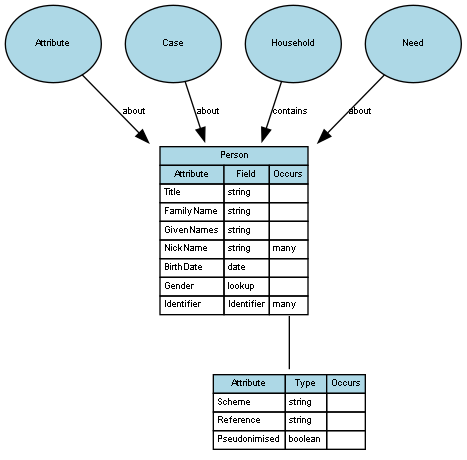
This is graph_output/entity/Person.gv.png from PaulDav/ModelVisual, a Graphviz export, as it was before one commit. Its source is kept beside it as graph_output/entity/Person.gv.
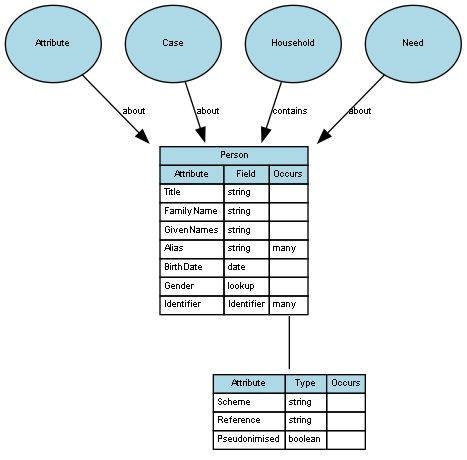
After the commit.

What changed in the source:
```diff
@@ -2,9 +2,9 @@
 	graph [overlap=false splines=true]
 	node [black=black color=black fillcolor=lightblue fontname=Arial fontsize=7]
 	edge [fontname=Arial fontsize=7 labelfontname=Arial labelfontsize=7 len=3.0]
-	table_port30 [label=<<table border='0' cellborder='1' cellspacing='0'><tr><td bgcolor='lightblue'>Attribute</td><td bgcolor='lightblue'>Type</td><td bgcolor='lightblue'>Occurs</td></tr><tr><td align='left' balign='left' valign='top'>Scheme</td><td align='left' balign='left' valign='top'>string</td><td align='left' balign='left' valign='top'></td></tr><tr><td align='left' balign='left' valign='top'>Reference</td><td align='left' balign='left' valign='top'>string</td><td align='left' balign='left' valign='top'></td></tr><tr><td align='left' balign='left' valign='top'>Pseudonimised</td><td align='left' balign='left' valign='top'>boolean</td><td align='left' balign='left' valign='top'></td></tr></table>> shape=plaintext]
-	Person:30 -> table_port30 [dir=none]
-	Person [label=<<table border='0' cellborder='1' cellspacing='0'><tr><td colspan='3' bgcolor='lightblue'> Person</td></tr><tr><td bgcolor='lightblue'>Attribute</td><td bgcolor='lightblue'>Field</td><td bgcolor='lightblue'>Occurs</td></tr><tr><td align='left' balign='left' valign='top'>Title</td><td align='left' balign='left' valign='top'>string</td><td align='left' balign='left' valign='top'></td></tr><tr><td align='left' balign='left' valign='top'>FamilyName</td><td align='left' balign='left' valign='top'>string</td><td align='left' balign='left' valign='top'></td></tr><tr><td align='left' balign='left' valign='top'>GivenNames</td><td align='left' balign='left' valign='top'>string</td><td align='left' balign='left' valign='top'></td></tr><tr><td align='left' balign='left' valign='top'>NickName</td><td align='left' balign='left' valign='top'>string</td><td align='left' balign='left' valign='top'>many</td></tr><tr><td align='left' balign='left' valign='top'>BirthDate</td><td align='left' balign='left' valign='top'>date</td><td align='left' balign='left' valign='top'></td></tr><tr><td align='left' balign='left' valign='top'>Gender</td><td align='left' balign='left' valign='top'>lookup</td><td align='left' balign='left' valign='top'></td></tr><tr><td align='left' balign='left' valign='top'>Identifier</td><td align='left' balign='left' valign='top'>Identifier</td><td align='left' balign='left' valign='top' port='30'>many</td></tr></table>> URL="#Person" shape=plaintext]
+	table_port32 [label=<<table border='0' cellborder='1' cellspacing='0'><tr><td bgcolor='lightblue'>Attribute</td><td bgcolor='lightblue'>Type</td><td bgcolor='lightblue'>Occurs</td></tr><tr><td align='left' balign='left' valign='top'>Scheme</td><td align='left' balign='left' valign='top'>string</td><td align='left' balign='left' valign='top'></td></tr><tr><td align='left' balign='left' valign='top'>Reference</td><td align='left' balign='left' valign='top'>string</td><td align='left' balign='left' valign='top'></td></tr><tr><td align='left' balign='left' valign='top'>Pseudonimised</td><td align='left' balign='left' valign='top'>boolean</td><td align='left' balign='left' valign='top'></td></tr></table>> shape=plaintext]
+	Person:32 -> table_port32 [dir=none]
+	Person [label=<<table border='0' cellborder='1' cellspacing='0'><tr><td colspan='3' bgcolor='lightblue'> Person</td></tr><tr><td bgcolor='lightblue'>Attribute</td><td bgcolor='lightblue'>Field</td><td bgcolor='lightblue'>Occurs</td></tr><tr><td align='left' balign='left' valign='top'>Title</td><td align='left' balign='left' valign='top'>string</td><td align='left' balign='left' valign='top'></td></tr><tr><td align='left' balign='left' valign='top'>FamilyName</td><td align='left' balign='left' valign='top'>string</td><td align='left' balign='left' valign='top'></td></tr><tr><td align='left' balign='left' valign='top'>GivenNames</td><td align='left' balign='left' valign='top'>string</td><td align='left' balign='left' valign='top'></td></tr><tr><td align='left' balign='left' valign='top'>Alias</td><td align='left' balign='left' valign='top'>string</td><td align='left' balign='left' valign='top'>many</td></tr><tr><td align='left' balign='left' valign='top'>BirthDate</td><td align='left' balign='left' valign='top'>date</td><td align='left' balign='left' valign='top'></td></tr><tr><td align='left' balign='left' valign='top'>Gender</td><td align='left' balign='left' valign='top'>lookup</td><td align='left' balign='left' valign='top'></td></tr><tr><td align='left' balign='left' valign='top'>Identifier</td><td align='left' balign='left' valign='top'>Identifier</td><td align='left' balign='left' valign='top' port='32'>many</td></tr></table>> URL="#Person" shape=plaintext]
 	ConceptOf_Attribute [label=Attribute URL="#Person" fixedsize=true height=0.8 style=filled width=1.0]
 	ConceptOf_Attribute -> Person [label=about]
 	ConceptOf_Case [label=Case URL="#Person" fixedsize=true height=0.8 style=filled width=1.0]
```
